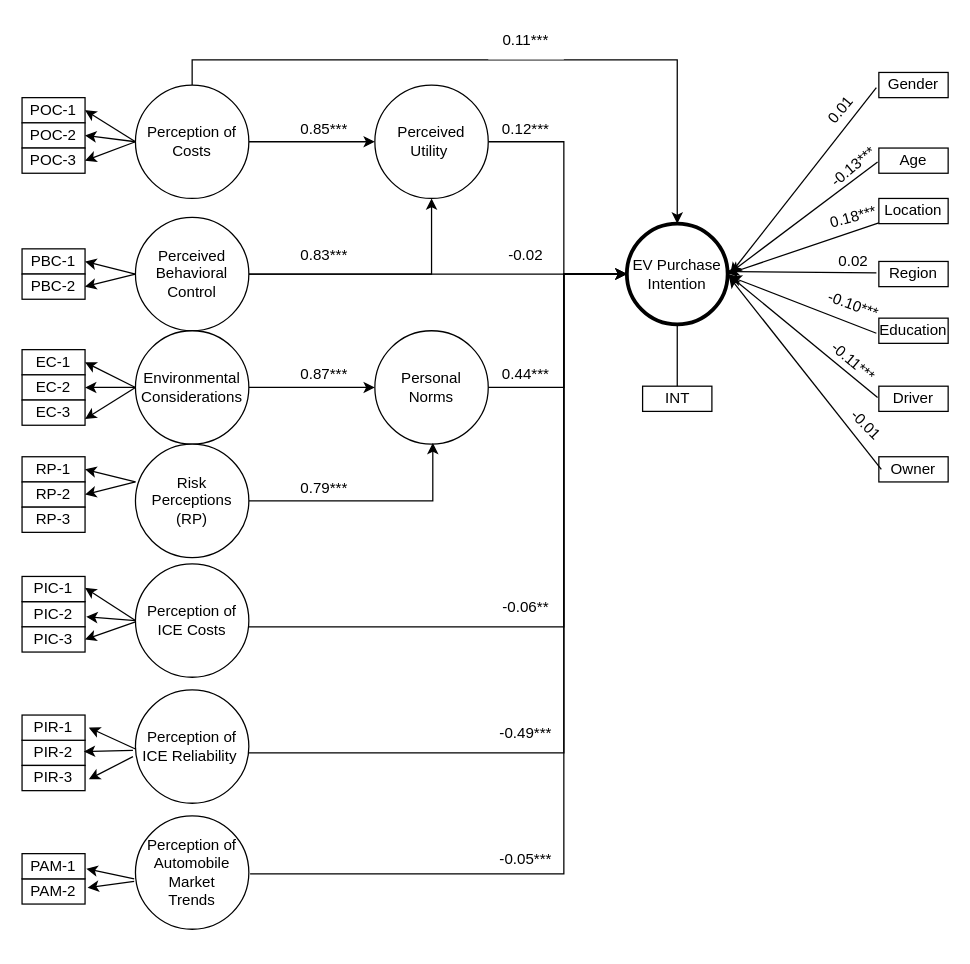
This is page "Page-1" (1 of 2) of final_path_diagram.drawio from ChullEPG/taxi-survey, a draw.io file, before an edit. Source tidied: cells renumbered, new cells numbered last; positions are measured from the earlier drawing's top-left corner, leaving out a move shared by most shapes. Both pictures are drawn from the tidied source at 126%, with x=0, y=0 at pixel (21, 21).
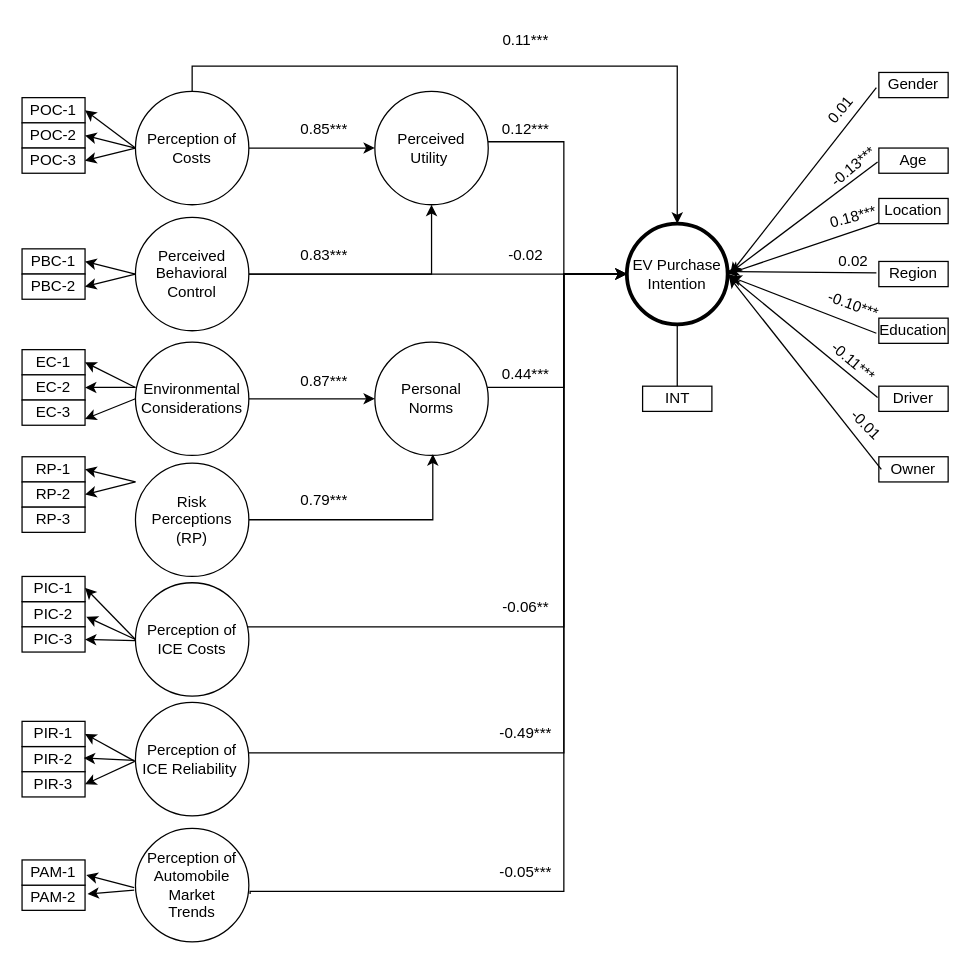
The same diagram, later.

The change refers to these unchanged cells:
```xml
<mxCell id="11" value="EV Purchase Intention" style="ellipse;whiteSpace=wrap;html=1;strokeWidth=3;" parent="1" vertex="1">
  <mxGeometry x="480" y="160" width="80" height="80" as="geometry" />
</mxCell>
```

The edit, as a diff of the source:
```diff
@@
     <mxCell id="3" value="Perceived Utility&amp;nbsp;" style="ellipse;whiteSpace=wrap;html=1;" parent="1" vertex="1">
-      <mxGeometry x="280" y="50" width="90" height="90" as="geometry" />
+      <mxGeometry x="280" y="55" width="90" height="90" as="geometry" />
     </mxCell>
@@
     <mxCell id="5" value="Personal &lt;br&gt;Norms" style="ellipse;whiteSpace=wrap;html=1;" parent="1" vertex="1">
-      <mxGeometry x="280" y="245" width="90" height="90" as="geometry" />
+      <mxGeometry x="280" y="254" width="90" height="90" as="geometry" />
     </mxCell>
@@
     <mxCell id="8" value="Perception of Costs" style="ellipse;whiteSpace=wrap;html=1;" parent="1" vertex="1">
-      <mxGeometry x="90" y="50" width="90" height="90" as="geometry" />
+      <mxGeometry x="90" y="55" width="90" height="90" as="geometry" />
     </mxCell>
@@
     <mxCell id="26" value="Environmental Considerations" style="ellipse;whiteSpace=wrap;html=1;" parent="1" vertex="1">
-      <mxGeometry x="90" y="245" width="90" height="90" as="geometry" />
+      <mxGeometry x="90" y="254" width="90" height="90" as="geometry" />
     </mxCell>
@@
     <mxCell id="28" value="Risk Perceptions (RP)" style="ellipse;whiteSpace=wrap;html=1;" parent="1" vertex="1">
-      <mxGeometry x="90" y="335" width="90" height="90" as="geometry" />
+      <mxGeometry x="90" y="350" width="90" height="90" as="geometry" />
     </mxCell>
@@
-    <mxCell id="39" style="edgeStyle=orthogonalEdgeStyle;rounded=0;jettySize=auto;html=1;entryX=0;entryY=0.5;entryDx=0;entryDy=0;exitX=0.511;exitY=-0.011;exitDx=0;exitDy=0;exitPerimeter=0;" parent="1" edge="1" source="40" target="11">
+    <mxCell id="39" style="edgeStyle=orthogonalEdgeStyle;rounded=0;jettySize=auto;html=1;entryX=0;entryY=0.5;entryDx=0;entryDy=0;exitX=0.578;exitY=-0.011;exitDx=0;exitDy=0;exitPerimeter=0;" parent="1" edge="1" source="40" target="11">
       <mxGeometry relative="1" as="geometry">
         <Array as="points">
-          <mxPoint x="430" y="676" />
+          <mxPoint x="181" y="690" />
+          <mxPoint x="430" y="690" />
           <mxPoint x="430" y="200" />
         </Array>
       </mxGeometry>
     </mxCell>
-    <mxCell id="40" value="Perception of Automobile Market &lt;br&gt;Trends" style="ellipse;whiteSpace=wrap;html=1;direction=south;" parent="1" vertex="1">
-      <mxGeometry x="90" y="630" width="90" height="90" as="geometry" />
-    </mxCell>
@@
     <mxCell id="42" value="Perception of ICE Reliability&amp;nbsp;" style="ellipse;whiteSpace=wrap;html=1;" parent="1" vertex="1">
-      <mxGeometry x="90" y="530" width="90" height="90" as="geometry" />
+      <mxGeometry x="90" y="540" width="90" height="90" as="geometry" />
     </mxCell>
     <mxCell id="43" value="Perception of ICE Costs" style="ellipse;whiteSpace=wrap;html=1;" parent="1" vertex="1">
-      <mxGeometry x="90" y="430" width="90" height="90" as="geometry" />
+      <mxGeometry x="90" y="445" width="90" height="90" as="geometry" />
     </mxCell>
@@
     <mxCell id="50" value="PIR-2" style="rounded=0;whiteSpace=wrap;html=1;" parent="1" vertex="1">
-      <mxGeometry y="570" width="50" height="20" as="geometry" />
+      <mxGeometry y="575" width="50" height="20" as="geometry" />
     </mxCell>
     <mxCell id="51" value="PIR-1" style="rounded=0;whiteSpace=wrap;html=1;" parent="1" vertex="1">
-      <mxGeometry y="550" width="50" height="20" as="geometry" />
+      <mxGeometry y="555" width="50" height="20" as="geometry" />
     </mxCell>
     <mxCell id="52" value="PIR-3" style="rounded=0;whiteSpace=wrap;html=1;" parent="1" vertex="1">
-      <mxGeometry y="590" width="50" height="20" as="geometry" />
+      <mxGeometry y="595" width="50" height="20" as="geometry" />
     </mxCell>
-    <mxCell id="53" style="endArrow=classic;html=1;rounded=0;entryX=1.06;entryY=0.55;entryDx=0;entryDy=0;entryPerimeter=0;exitX=-0.022;exitY=0.589;exitDx=0;exitDy=0;exitPerimeter=0;" parent="1" edge="1" source="42" target="52">
-      <mxGeometry relative="1" as="geometry" />
-    </mxCell>
-    <mxCell id="54" style="endArrow=classic;html=1;rounded=0;exitX=-0.022;exitY=0.533;exitDx=0;exitDy=0;exitPerimeter=0;entryX=0.98;entryY=0.45;entryDx=0;entryDy=0;entryPerimeter=0;" parent="1" edge="1" source="42" target="50">
-      <mxGeometry relative="1" as="geometry" />
-    </mxCell>
-    <mxCell id="55" style="endArrow=classic;html=1;rounded=0;exitX=0;exitY=0.522;exitDx=0;exitDy=0;entryX=1.06;entryY=0.5;entryDx=0;entryDy=0;exitPerimeter=0;entryPerimeter=0;" parent="1" edge="1" source="42" target="51">
-      <mxGeometry relative="1" as="geometry" />
+    <mxCell id="55" style="endArrow=classic;html=1;rounded=0;exitX=0;exitY=0.522;exitDx=0;exitDy=0;exitPerimeter=0;" parent="1" edge="1" source="42">
+      <mxGeometry relative="1" as="geometry">
+        <mxPoint x="50" y="565" as="targetPoint" />
+      </mxGeometry>
     </mxCell>
     <mxCell id="56" value="PAM-2" style="rounded=0;whiteSpace=wrap;html=1;" parent="1" vertex="1">
-      <mxGeometry y="680" width="50" height="20" as="geometry" />
+      <mxGeometry y="685" width="50" height="20" as="geometry" />
     </mxCell>
-    <mxCell id="57" style="endArrow=classic;html=1;rounded=0;exitX=0.556;exitY=1.011;exitDx=0;exitDy=0;entryX=1.02;entryY=0.6;entryDx=0;entryDy=0;entryPerimeter=0;exitPerimeter=0;" parent="1" edge="1" source="40" target="87">
-      <mxGeometry relative="1" as="geometry" />
+    <mxCell id="57" style="endArrow=classic;html=1;rounded=0;exitX=0.556;exitY=1.011;exitDx=0;exitDy=0;entryX=1.02;entryY=0.6;entryDx=0;entryDy=0;entryPerimeter=0;exitPerimeter=0;" parent="1" edge="1" target="87">
+      <mxGeometry relative="1" as="geometry">
+        <mxPoint x="89" y="687" as="sourcePoint" />
+      </mxGeometry>
     </mxCell>
@@
     <mxCell id="64" value="0.87***" style="text;strokeColor=none;align=center;fillColor=none;html=1;verticalAlign=middle;whiteSpace=wrap;rounded=0;" parent="1" vertex="1">
-      <mxGeometry x="210" y="265" width="60" height="30" as="geometry" />
+      <mxGeometry x="210" y="270" width="60" height="30" as="geometry" />
     </mxCell>
     <mxCell id="65" value="0.79***" style="text;strokeColor=none;align=center;fillColor=none;html=1;verticalAlign=middle;whiteSpace=wrap;rounded=0;" parent="1" vertex="1">
-      <mxGeometry x="210" y="355" width="60" height="30" as="geometry" />
+      <mxGeometry x="210" y="365" width="60" height="30" as="geometry" />
     </mxCell>
@@
     <mxCell id="68" value="-0.05***" style="text;strokeColor=none;align=center;fillColor=none;html=1;verticalAlign=middle;whiteSpace=wrap;rounded=0;" parent="1" vertex="1">
-      <mxGeometry x="370" y="650" width="60" height="30" as="geometry" />
+      <mxGeometry x="370" y="660" width="60" height="30" as="geometry" />
     </mxCell>
@@
-    <mxCell id="86" style="endArrow=classic;html=1;rounded=0;entryX=1.04;entryY=0.35;entryDx=0;entryDy=0;exitX=0.578;exitY=1.011;exitDx=0;exitDy=0;exitPerimeter=0;entryPerimeter=0;" parent="1" edge="1" source="40" target="56">
-      <mxGeometry relative="1" as="geometry" />
+    <mxCell id="86" style="endArrow=classic;html=1;rounded=0;entryX=1.04;entryY=0.35;entryDx=0;entryDy=0;exitX=0.578;exitY=1.011;exitDx=0;exitDy=0;exitPerimeter=0;entryPerimeter=0;" parent="1" edge="1" target="56">
+      <mxGeometry relative="1" as="geometry">
+        <mxPoint x="89" y="689" as="sourcePoint" />
+      </mxGeometry>
     </mxCell>
     <mxCell id="87" value="PAM-1" style="rounded=0;whiteSpace=wrap;html=1;" parent="1" vertex="1">
-      <mxGeometry y="660" width="50" height="20" as="geometry" />
+      <mxGeometry y="665" width="50" height="20" as="geometry" />
     </mxCell>
@@
+    <mxCell id="40" value="Perception of Automobile Market &lt;br&gt;Trends" style="ellipse;whiteSpace=wrap;html=1;direction=south;" parent="1" vertex="1">
+      <mxGeometry x="90" y="640" width="90" height="90" as="geometry" />
+    </mxCell>
+    <mxCell id="54" style="endArrow=classic;html=1;rounded=0;exitX=-0.011;exitY=0.511;exitDx=0;exitDy=0;exitPerimeter=0;entryX=0.98;entryY=0.45;entryDx=0;entryDy=0;entryPerimeter=0;" parent="1" edge="1" source="42" target="50">
+      <mxGeometry relative="1" as="geometry" />
+    </mxCell>
+    <mxCell id="53" style="endArrow=classic;html=1;rounded=0;exitX=-0.011;exitY=0.522;exitDx=0;exitDy=0;exitPerimeter=0;entryX=1;entryY=0.5;entryDx=0;entryDy=0;entryPerimeter=0;" parent="1" edge="1" source="42" target="52">
+      <mxGeometry relative="1" as="geometry" />
+    </mxCell>
```
